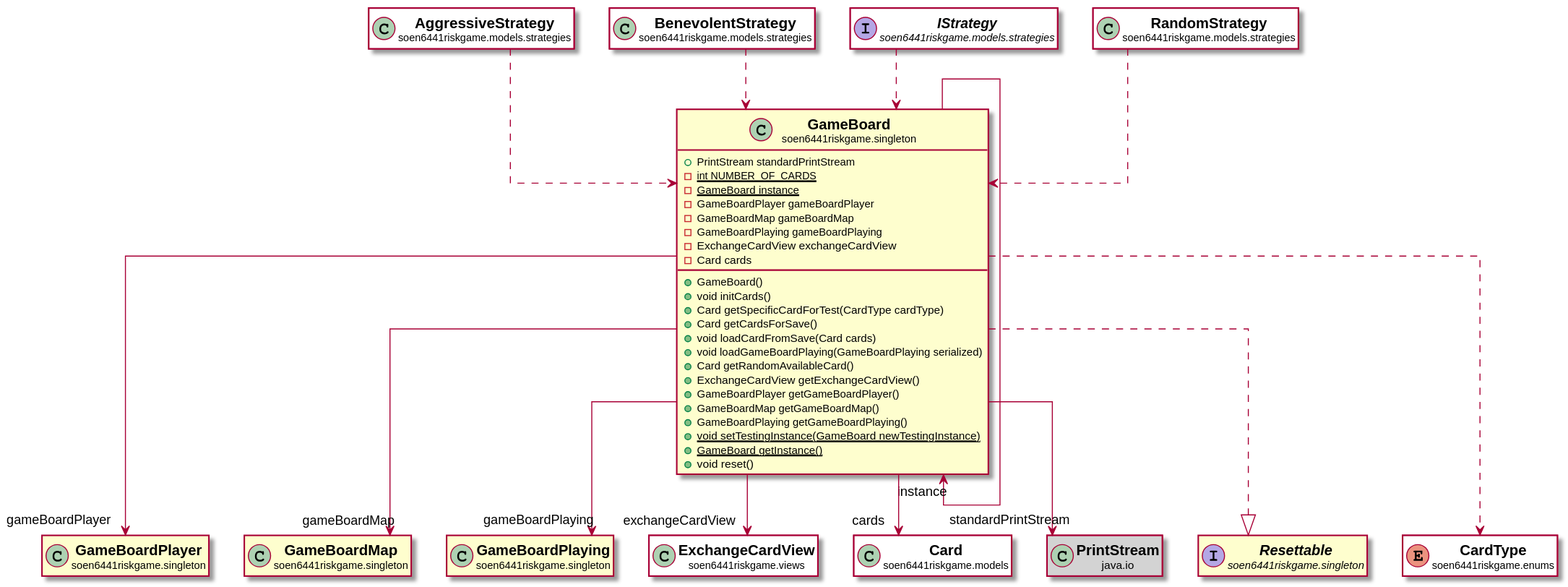
Earlier version of the PlantUML export docs/javadocs/soen6441riskgame/singleton/GameBoard.svg (huntertran/soen6441-riskgame).
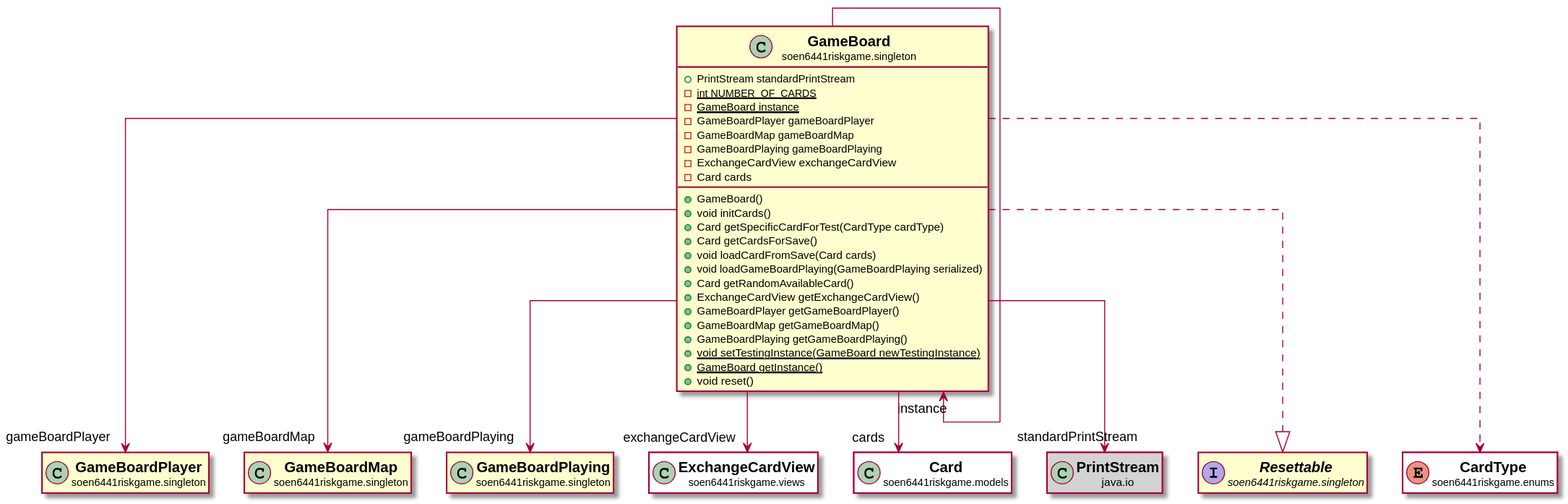
After the change.

Change to the diagram source:
```diff
@@ -28,38 +28,6 @@
 +void reset()
 }
 
-
-class "<b><size:14>AggressiveStrategy</b>\n<size:10>soen6441riskgame.models.strategies" as soen6441riskgame.models.strategies.AggressiveStrategy  [[../../soen6441riskgame/models/strategies/AggressiveStrategy.html{soen6441riskgame.models.strategies.AggressiveStrategy}]] #white {
-}
-
-hide soen6441riskgame.models.strategies.AggressiveStrategy fields
-hide soen6441riskgame.models.strategies.AggressiveStrategy methods
-
-soen6441riskgame.models.strategies.AggressiveStrategy ..> soen6441riskgame.singleton.GameBoard
-
-class "<b><size:14>BenevolentStrategy</b>\n<size:10>soen6441riskgame.models.strategies" as soen6441riskgame.models.strategies.BenevolentStrategy  [[../../soen6441riskgame/models/strategies/BenevolentStrategy.html{soen6441riskgame.models.strategies.BenevolentStrategy}]] #white {
-}
-
-hide soen6441riskgame.models.strategies.BenevolentStrategy fields
-hide soen6441riskgame.models.strategies.BenevolentStrategy methods
-
-soen6441riskgame.models.strategies.BenevolentStrategy ..> soen6441riskgame.singleton.GameBoard
-
-interface "<b><size:14>IStrategy</b>\n<size:10>soen6441riskgame.models.strategies" as soen6441riskgame.models.strategies.IStrategy  [[../../soen6441riskgame/models/strategies/IStrategy.html{soen6441riskgame.models.strategies.IStrategy}]] #white {
-}
-
-hide soen6441riskgame.models.strategies.IStrategy fields
-hide soen6441riskgame.models.strategies.IStrategy methods
-
-soen6441riskgame.models.strategies.IStrategy ..> soen6441riskgame.singleton.GameBoard
-
-class "<b><size:14>RandomStrategy</b>\n<size:10>soen6441riskgame.models.strategies" as soen6441riskgame.models.strategies.RandomStrategy  [[../../soen6441riskgame/models/strategies/RandomStrategy.html{soen6441riskgame.models.strategies.RandomStrategy}]] #white {
-}
-
-hide soen6441riskgame.models.strategies.RandomStrategy fields
-hide soen6441riskgame.models.strategies.RandomStrategy methods
-
-soen6441riskgame.models.strategies.RandomStrategy ..> soen6441riskgame.singleton.GameBoard
 
 soen6441riskgame.singleton.GameBoard -->  "instance" soen6441riskgame.singleton.GameBoard
 
```
